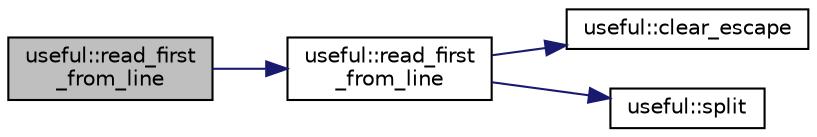
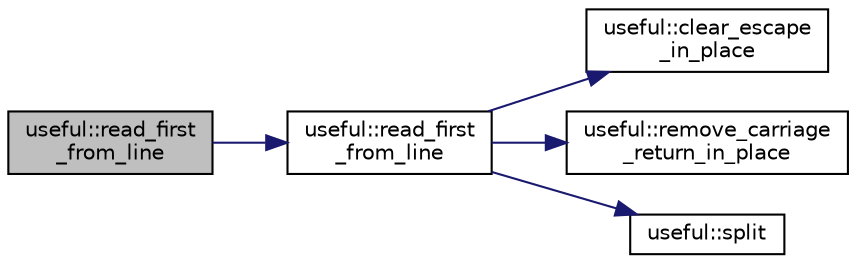
digraph "useful::read_first_from_line"
{
 // LATEX_PDF_SIZE
  edge [fontname="Helvetica",fontsize="10",labelfontname="Helvetica",labelfontsize="10"];
  node [fontname="Helvetica",fontsize="10",shape=record];
  rankdir="LR";
  Node1 [label="useful::read_first\l_from_line",height=0.2,width=0.4,color="black", fillcolor="grey75", style="filled", fontcolor="black",tooltip="Extract first value from line, discarding escaped lines and the rest of the line."];
  Node1 -> Node2 [color="midnightblue",fontsize="10",style="solid",fontname="Helvetica"];
-   Node2 [label="useful::read_first\l_from_line",height=0.2,width=0.4,color="black", fillcolor="white", style="filled",URL="$df/d1d/namespaceuseful.html#a7ae9e9ed4038e3066bea5a068feda0bf",tooltip="Extract first value from line, discarding escaped lines and the rest of the line."];
+   Node2 [label="useful::read_first\l_from_line",height=0.2,width=0.4,color="black", fillcolor="white", style="filled",URL="$df/d1d/namespaceuseful.html#a5311197ad21c705ad8556c9798a30d0e",tooltip="Extract first value from line, discarding escaped lines and the rest of the line."];
  Node2 -> Node3 [color="midnightblue",fontsize="10",style="solid",fontname="Helvetica"];
-   Node3 [label="useful::clear_escape",height=0.2,width=0.4,color="black", fillcolor="white", style="filled",URL="$df/d1d/namespaceuseful.html#a78bdcc7c7f2ae193a5247ca3fc46366f",tooltip="Remove comments after escape sequence."];
+   Node3 [label="useful::clear_escape\l_in_place",height=0.2,width=0.4,color="black", fillcolor="white", style="filled",URL="$df/d1d/namespaceuseful.html#ab4cf0c5be4646ef7b6c20820c9cbdd12",tooltip="Remove comments after escape sequence."];
  Node2 -> Node4 [color="midnightblue",fontsize="10",style="solid",fontname="Helvetica"];
-   Node4 [label="useful::split",height=0.2,width=0.4,color="black", fillcolor="white", style="filled",URL="$df/d1d/namespaceuseful.html#ad5ca702e1c45aaf21184b4018e916363",tooltip="Split string into vector of strings at instances of delimeter."];
+   Node4 [label="useful::remove_carriage\l_return_in_place",height=0.2,width=0.4,color="black", fillcolor="white", style="filled",URL="$df/d1d/namespaceuseful.html#a82b6cb140f848578a0fb18683c66e33c",tooltip="Remove."];
+   Node2 -> Node5 [color="midnightblue",fontsize="10",style="solid",fontname="Helvetica"];
+   Node5 [label="useful::split",height=0.2,width=0.4,color="black", fillcolor="white", style="filled",URL="$df/d1d/namespaceuseful.html#ad5ca702e1c45aaf21184b4018e916363",tooltip="Split string into vector of strings at instances of delimeter."];
}
